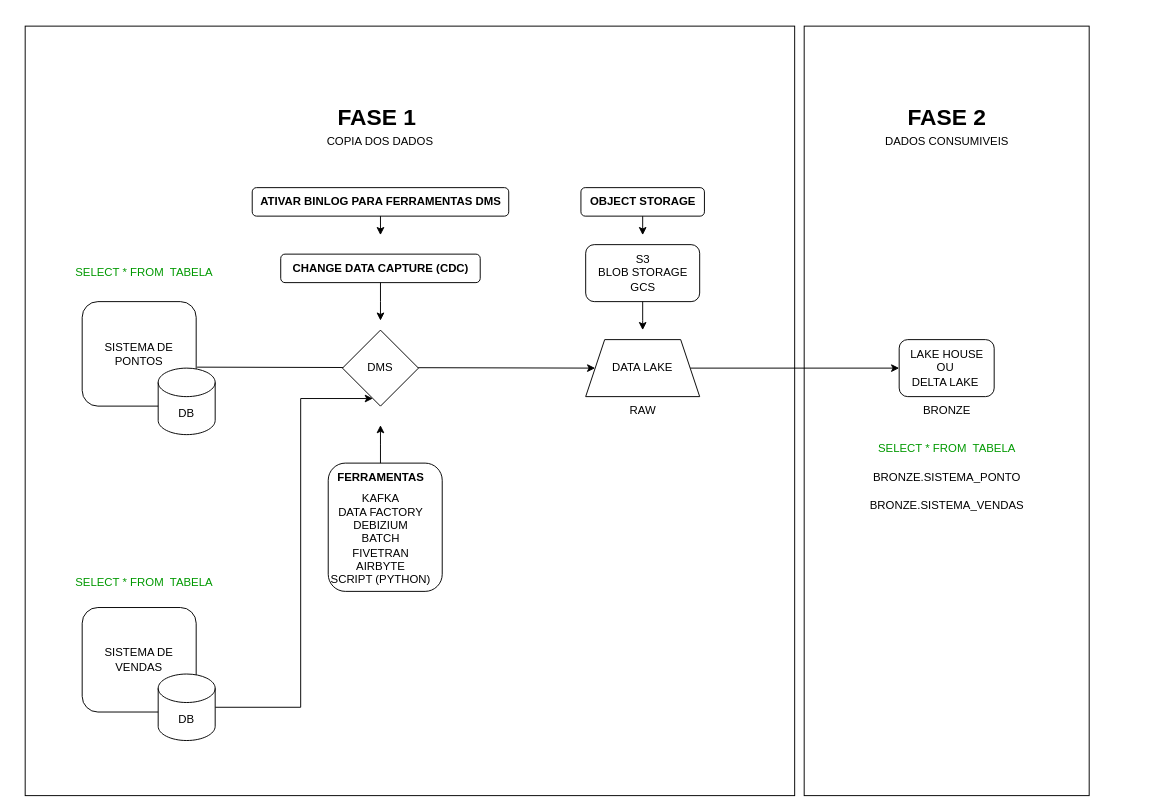
Earlier version of the draw.io diagram datalake_upsell.drawio (thiagoengdados/lago-do-mago). Source tidied: cells renumbered, new cells numbered last; positions are measured from the earlier drawing's top-left corner, leaving out a move shared by most shapes. Both pictures are drawn from the tidied source at 95%, with x=0, y=0 at pixel (25, 26).
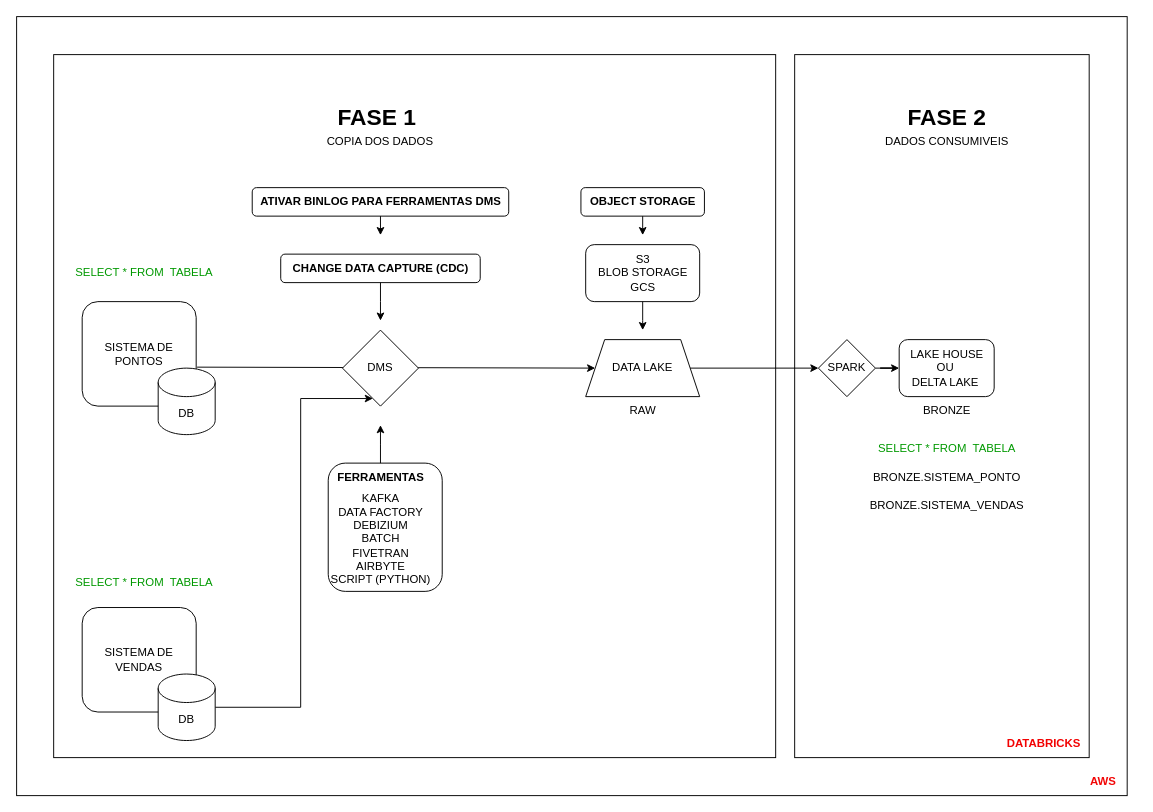
After the change.

The change refers to these unchanged cells:
```xml
<mxCell id="4" value="LAKE HOUSE&lt;div&gt;OU&amp;nbsp;&lt;div&gt;DELTA LAKE&amp;nbsp;&lt;/div&gt;&lt;/div&gt;" style="text;html=1;align=center;verticalAlign=middle;points=[];strokeColor=default;fillColor=none;rounded=1;" parent="1" vertex="1">
  <mxGeometry x="920" y="330" width="100" height="60" as="geometry" />
</mxCell>
<mxCell id="15" value="DATA LAKE" style="shape=trapezoid;perimeter=trapezoidPerimeter;whiteSpace=wrap;html=1;fixedSize=1;rounded=0;shadow=0;" parent="1" vertex="1">
  <mxGeometry x="590" y="330" width="120" height="60" as="geometry" />
</mxCell>
```

The edit, as a diff of the source:
```diff
@@
+    <mxCell id="38" style="whiteSpace=wrap;html=1;" parent="1" vertex="1">
+      <mxGeometry x="-9" y="-10" width="1169" height="820" as="geometry" />
+    </mxCell>
     <mxCell id="2" style="whiteSpace=wrap;html=1;" parent="1" vertex="1">
-      <mxGeometry width="810" height="810" as="geometry" />
+      <mxGeometry x="30" y="30" width="760" height="740" as="geometry" />
     </mxCell>
     <mxCell id="3" style="whiteSpace=wrap;html=1;flipV=1;flipH=1;" parent="1" vertex="1">
-      <mxGeometry x="820" width="300" height="810" as="geometry" />
+      <mxGeometry x="810" y="30" width="310" height="740" as="geometry" />
     </mxCell>
@@
-    <mxCell id="5" style="edgeStyle=orthogonalEdgeStyle;rounded=0;jettySize=auto;html=1;entryX=0;entryY=0.5;entryDx=0;entryDy=0;entryPerimeter=0;" parent="1" edge="1" source="15" target="4">
+    <mxCell id="5" style="edgeStyle=orthogonalEdgeStyle;rounded=0;jettySize=auto;html=1;entryX=0;entryY=0.5;entryDx=0;entryDy=0;entryPerimeter=0;" parent="1" edge="1" source="42" target="4">
       <mxGeometry relative="1" as="geometry" />
     </mxCell>
@@
+    <mxCell id="39" value="&lt;b&gt;&lt;font style=&quot;color: light-dark(rgb(242, 7, 7), rgb(237, 237, 237));&quot;&gt;AWS&lt;/font&gt;&lt;/b&gt;" style="text;html=1;align=center;verticalAlign=middle;whiteSpace=wrap;rounded=0;" parent="1" vertex="1">
+      <mxGeometry x="1100" y="780" width="70" height="30" as="geometry" />
+    </mxCell>
+    <mxCell id="40" value="&lt;b&gt;&lt;font style=&quot;color: light-dark(rgb(242, 2, 2), rgb(237, 237, 237));&quot;&gt;DATABRICKS&lt;/font&gt;&lt;/b&gt;" style="text;html=1;align=center;verticalAlign=middle;whiteSpace=wrap;rounded=0;" parent="1" vertex="1">
+      <mxGeometry x="1025" y="730" width="95" height="50" as="geometry" />
+    </mxCell>
+    <mxCell id="41" style="edgeStyle=orthogonalEdgeStyle;rounded=0;jettySize=auto;html=1;entryX=0;entryY=0.5;entryDx=0;entryDy=0;entryPerimeter=0;" parent="1" edge="1" source="15" target="42">
+      <mxGeometry relative="1" as="geometry" />
+    </mxCell>
+    <mxCell id="42" value="SPARK" style="rhombus;whiteSpace=wrap;html=1;" parent="1" vertex="1">
+      <mxGeometry x="835" y="330" width="60" height="60" as="geometry" />
+    </mxCell>
```
